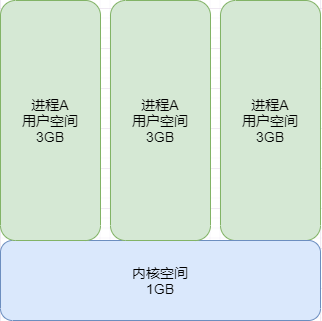
Above: _posts/linux/linux工具系列/02/用户空间内核空间.png in lemonchann/lemonchann.github.io (draw.io), before the change. Source tidied: cells renumbered, new cells last; positions are measured from the earlier drawing's top-left corner, leaving out a move shared by most shapes. The source it was exported from:
```xml
<mxGraphModel>
  <root>
    <mxCell id="0" />
    <mxCell id="1" parent="0" />
    <mxCell id="2" value="&lt;font style=&quot;font-size: 14px&quot;&gt;进程A&lt;br&gt;用户空间&lt;br&gt;3GB&lt;br&gt;&lt;/font&gt;" style="rounded=1;whiteSpace=wrap;html=1;direction=south;fillColor=#d5e8d4;strokeColor=#82b366;" parent="1" vertex="1">
      <mxGeometry x="220" width="100" height="240" as="geometry" />
    </mxCell>
    <mxCell id="3" value="&lt;font style=&quot;font-size: 14px&quot;&gt;内核空间&lt;br&gt;1GB&lt;br&gt;&lt;/font&gt;" style="rounded=1;whiteSpace=wrap;html=1;direction=south;fillColor=#dae8fc;strokeColor=#6c8ebf;" parent="1" vertex="1">
      <mxGeometry y="240" width="320" height="80" as="geometry" />
    </mxCell>
    <mxCell id="4" value="&lt;font style=&quot;font-size: 14px&quot;&gt;进程A&lt;br&gt;用户空间&lt;br&gt;3GB&lt;br&gt;&lt;/font&gt;" style="rounded=1;whiteSpace=wrap;html=1;direction=south;fillColor=#d5e8d4;strokeColor=#82b366;" parent="1" vertex="1">
      <mxGeometry x="110" width="100" height="240" as="geometry" />
    </mxCell>
    <mxCell id="5" value="&lt;font style=&quot;font-size: 14px&quot;&gt;进程A&lt;br&gt;用户空间&lt;br&gt;3GB&lt;br&gt;&lt;/font&gt;" style="rounded=1;whiteSpace=wrap;html=1;direction=south;fillColor=#d5e8d4;strokeColor=#82b366;" parent="1" vertex="1">
      <mxGeometry width="100" height="240" as="geometry" />
    </mxCell>
  </root>
</mxGraphModel>
```
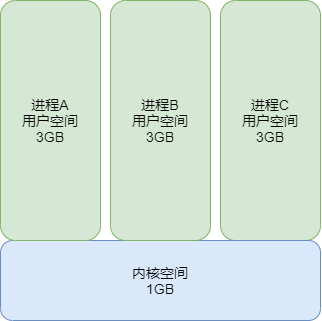
After the commit.

The edit, as a diff of the source:
```diff
@@ -2,13 +2,13 @@
   <root>
     <mxCell id="0" />
     <mxCell id="1" parent="0" />
-    <mxCell id="2" value="&lt;font style=&quot;font-size: 14px&quot;&gt;进程A&lt;br&gt;用户空间&lt;br&gt;3GB&lt;br&gt;&lt;/font&gt;" style="rounded=1;whiteSpace=wrap;html=1;direction=south;fillColor=#d5e8d4;strokeColor=#82b366;" parent="1" vertex="1">
+    <mxCell id="2" value="&lt;font style=&quot;font-size: 14px&quot;&gt;进程C&lt;br&gt;用户空间&lt;br&gt;3GB&lt;br&gt;&lt;/font&gt;" style="rounded=1;whiteSpace=wrap;html=1;direction=south;fillColor=#d5e8d4;strokeColor=#82b366;" parent="1" vertex="1">
       <mxGeometry x="220" width="100" height="240" as="geometry" />
     </mxCell>
     <mxCell id="3" value="&lt;font style=&quot;font-size: 14px&quot;&gt;内核空间&lt;br&gt;1GB&lt;br&gt;&lt;/font&gt;" style="rounded=1;whiteSpace=wrap;html=1;direction=south;fillColor=#dae8fc;strokeColor=#6c8ebf;" parent="1" vertex="1">
       <mxGeometry y="240" width="320" height="80" as="geometry" />
     </mxCell>
-    <mxCell id="4" value="&lt;font style=&quot;font-size: 14px&quot;&gt;进程A&lt;br&gt;用户空间&lt;br&gt;3GB&lt;br&gt;&lt;/font&gt;" style="rounded=1;whiteSpace=wrap;html=1;direction=south;fillColor=#d5e8d4;strokeColor=#82b366;" parent="1" vertex="1">
+    <mxCell id="4" value="&lt;font style=&quot;font-size: 14px&quot;&gt;进程B&lt;br&gt;用户空间&lt;br&gt;3GB&lt;br&gt;&lt;/font&gt;" style="rounded=1;whiteSpace=wrap;html=1;direction=south;fillColor=#d5e8d4;strokeColor=#82b366;" parent="1" vertex="1">
       <mxGeometry x="110" width="100" height="240" as="geometry" />
     </mxCell>
     <mxCell id="5" value="&lt;font style=&quot;font-size: 14px&quot;&gt;进程A&lt;br&gt;用户空间&lt;br&gt;3GB&lt;br&gt;&lt;/font&gt;" style="rounded=1;whiteSpace=wrap;html=1;direction=south;fillColor=#d5e8d4;strokeColor=#82b366;" parent="1" vertex="1">
```
